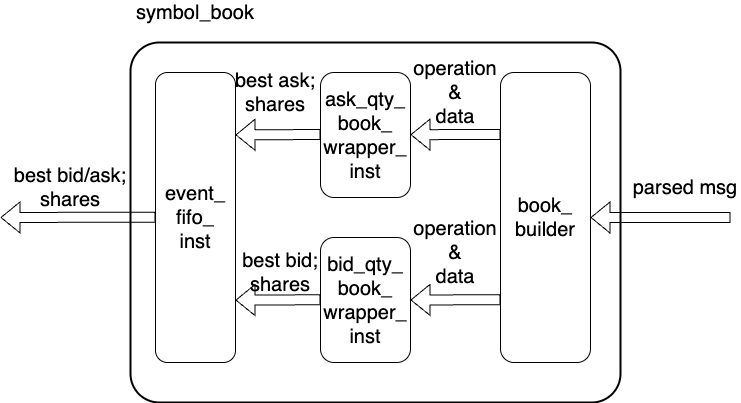
chenxun233/Venturi keeps this draw.io diagram as mkdocs/site/figures/FPGA/order_book_builder/hierarchy_symbol_book.png. Above is the earlier version. Source tidied: cells renumbered, new cells last; positions are measured from the earlier drawing's top-left corner, leaving out a move shared by most shapes.
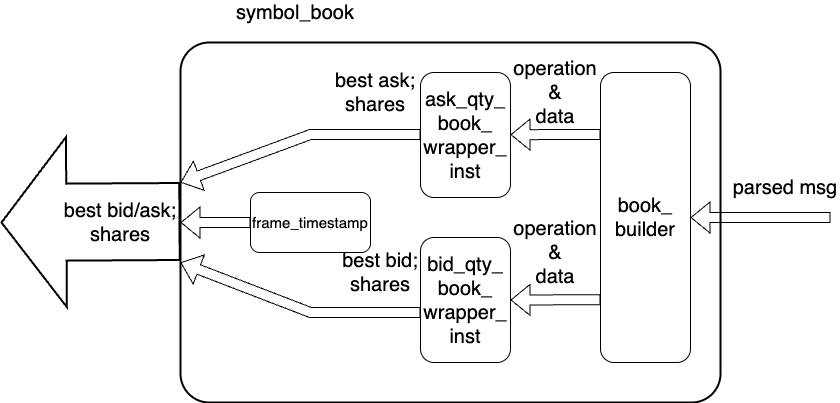
After the commit.

Change to the diagram source:
```diff
@@ -3,14 +3,11 @@
     <mxCell id="0" />
     <mxCell id="1" parent="0" />
     <mxCell id="2" style="rounded=1;whiteSpace=wrap;html=1;arcSize=8;strokeWidth=2;" parent="1" vertex="1">
-      <mxGeometry x="130" y="40" width="490" height="360" as="geometry" />
+      <mxGeometry x="80" y="40" width="540" height="360" as="geometry" />
     </mxCell>
     <mxCell id="3" value="symbol_book" style="text;html=1;align=center;verticalAlign=middle;whiteSpace=wrap;rounded=0;fontSize=20;" parent="1" vertex="1">
       <mxGeometry x="140" width="110" height="20" as="geometry" />
     </mxCell>
-    <mxCell id="4" value="event_&lt;div&gt;fifo_&lt;/div&gt;&lt;div&gt;inst&lt;/div&gt;" style="rounded=1;whiteSpace=wrap;html=1;fontSize=20;" parent="1" vertex="1">
-      <mxGeometry x="155" y="70" width="80" height="290" as="geometry" />
-    </mxCell>
     <mxCell id="5" value="book_&lt;div&gt;builder&lt;/div&gt;" style="rounded=1;whiteSpace=wrap;html=1;fontSize=20;" parent="1" vertex="1">
       <mxGeometry x="500" y="70" width="90" height="290" as="geometry" />
     </mxCell>
@@ -46,16 +43,22 @@
     <mxCell id="13" value="operation&lt;div&gt;&amp;amp;&lt;/div&gt;&lt;div&gt;data&lt;/div&gt;" style="text;html=1;align=center;verticalAlign=middle;whiteSpace=wrap;rounded=0;fontSize=20;" parent="1" vertex="1">
       <mxGeometry x="400" y="220" width="110" height="60" as="geometry" />
     </mxCell>
-    <mxCell id="14" style="shape=flexArrow;endArrow=classic;html=1;rounded=0;entryX=1;entryY=0.5;entryDx=0;entryDy=0;" parent="1" edge="1">
+    <mxCell id="14" style="shape=flexArrow;endArrow=classic;html=1;rounded=0;" parent="1" edge="1">
       <mxGeometry relative="1" as="geometry">
         <mxPoint x="320" y="132" as="sourcePoint" />
-        <mxPoint x="235" y="132.4" as="targetPoint" />
+        <mxPoint x="80" y="180" as="targetPoint" />
+        <Array as="points">
+          <mxPoint x="210" y="132" />
+        </Array>
       </mxGeometry>
     </mxCell>
-    <mxCell id="15" style="shape=flexArrow;endArrow=classic;html=1;rounded=0;entryX=1;entryY=0.5;entryDx=0;entryDy=0;" parent="1" edge="1">
+    <mxCell id="15" style="shape=flexArrow;endArrow=classic;html=1;rounded=0;" parent="1" edge="1">
       <mxGeometry relative="1" as="geometry">
-        <mxPoint x="320" y="297.3" as="sourcePoint" />
-        <mxPoint x="235" y="297.6" as="targetPoint" />
+        <mxPoint x="320" y="310" as="sourcePoint" />
+        <mxPoint x="80" y="260" as="targetPoint" />
+        <Array as="points">
+          <mxPoint x="210" y="310" />
+        </Array>
       </mxGeometry>
     </mxCell>
     <mxCell id="16" value="best&amp;nbsp;&lt;span style=&quot;background-color: transparent; color: light-dark(rgb(0, 0, 0), rgb(255, 255, 255));&quot;&gt;ask;&lt;/span&gt;&lt;div&gt;&lt;span style=&quot;background-color: transparent; color: light-dark(rgb(0, 0, 0), rgb(255, 255, 255));&quot;&gt;shares&lt;/span&gt;&lt;/div&gt;" style="text;html=1;align=center;verticalAlign=middle;whiteSpace=wrap;rounded=0;fontSize=20;" parent="1" vertex="1">
@@ -64,14 +67,20 @@
     <mxCell id="17" value="best&amp;nbsp;&lt;span style=&quot;background-color: transparent; color: light-dark(rgb(0, 0, 0), rgb(255, 255, 255));&quot;&gt;bid;&lt;/span&gt;&lt;div&gt;&lt;span style=&quot;background-color: transparent; color: light-dark(rgb(0, 0, 0), rgb(255, 255, 255));&quot;&gt;shares&lt;/span&gt;&lt;/div&gt;" style="text;html=1;align=center;verticalAlign=middle;whiteSpace=wrap;rounded=0;fontSize=20;" parent="1" vertex="1">
       <mxGeometry x="240" y="250" width="80" height="40" as="geometry" />
     </mxCell>
-    <mxCell id="18" style="shape=flexArrow;endArrow=classic;html=1;rounded=0;" parent="1" edge="1">
+    <mxCell id="18" style="shape=flexArrow;endArrow=classic;html=1;rounded=0;endWidth=91;endSize=20.97;width=76;strokeWidth=2;" parent="1" edge="1">
       <mxGeometry relative="1" as="geometry">
-        <mxPoint x="155" y="214.7" as="sourcePoint" />
-        <mxPoint y="215" as="targetPoint" />
+        <mxPoint x="80" y="219" as="sourcePoint" />
+        <mxPoint x="-100" y="220" as="targetPoint" />
       </mxGeometry>
     </mxCell>
     <mxCell id="19" value="best bid/ask;&lt;div&gt;shares&lt;/div&gt;" style="text;html=1;align=center;verticalAlign=middle;whiteSpace=wrap;rounded=0;fontSize=20;" parent="1" vertex="1">
-      <mxGeometry x="10" y="165" width="120" height="40" as="geometry" />
+      <mxGeometry x="-40" y="200" width="120" height="40" as="geometry" />
     </mxCell>
+    <mxCell id="20" value="frame_timestamp" style="rounded=1;whiteSpace=wrap;html=1;fontSize=15;" parent="1" vertex="1">
+      <mxGeometry x="150" y="190" width="120" height="60" as="geometry" />
+    </mxCell>
+    <mxCell id="21" style="shape=flexArrow;endArrow=classic;html=1;rounded=0;entryX=1;entryY=0.5;entryDx=0;entryDy=0;exitX=0;exitY=0.5;exitDx=0;exitDy=0;" parent="1" edge="1" source="20" target="19">
+      <mxGeometry relative="1" as="geometry" />
+    </mxCell>
   </root>
 </mxGraphModel>
```
